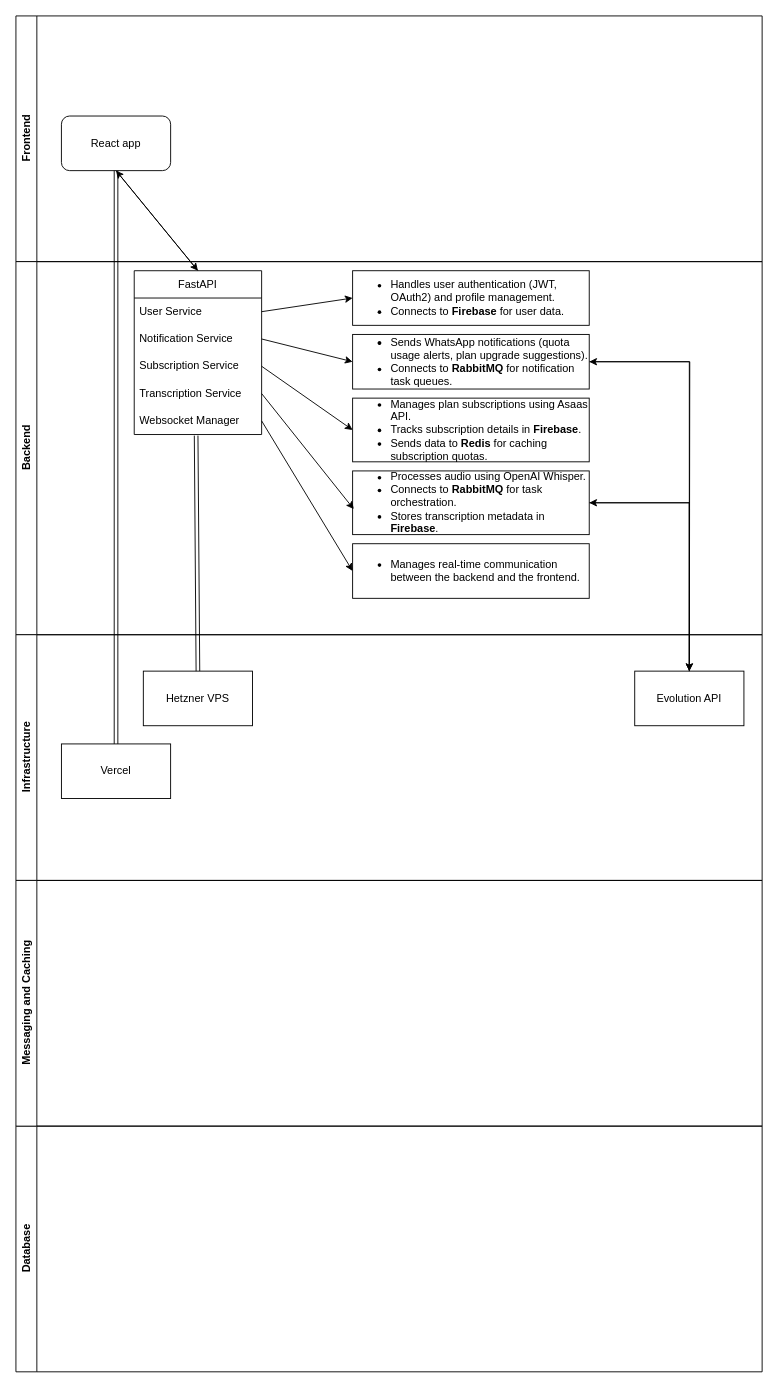
gianverdum/CutTheChaseArchitecture keeps this draw.io diagram as SystemDesign.drawio. Above is the earlier version. Source tidied: cells renumbered, new cells numbered last; positions are measured from the earlier drawing's top-left corner, leaving out a move shared by most shapes. Both pictures are drawn from the tidied source at 91%, with x=0, y=0 at pixel (15, 15).
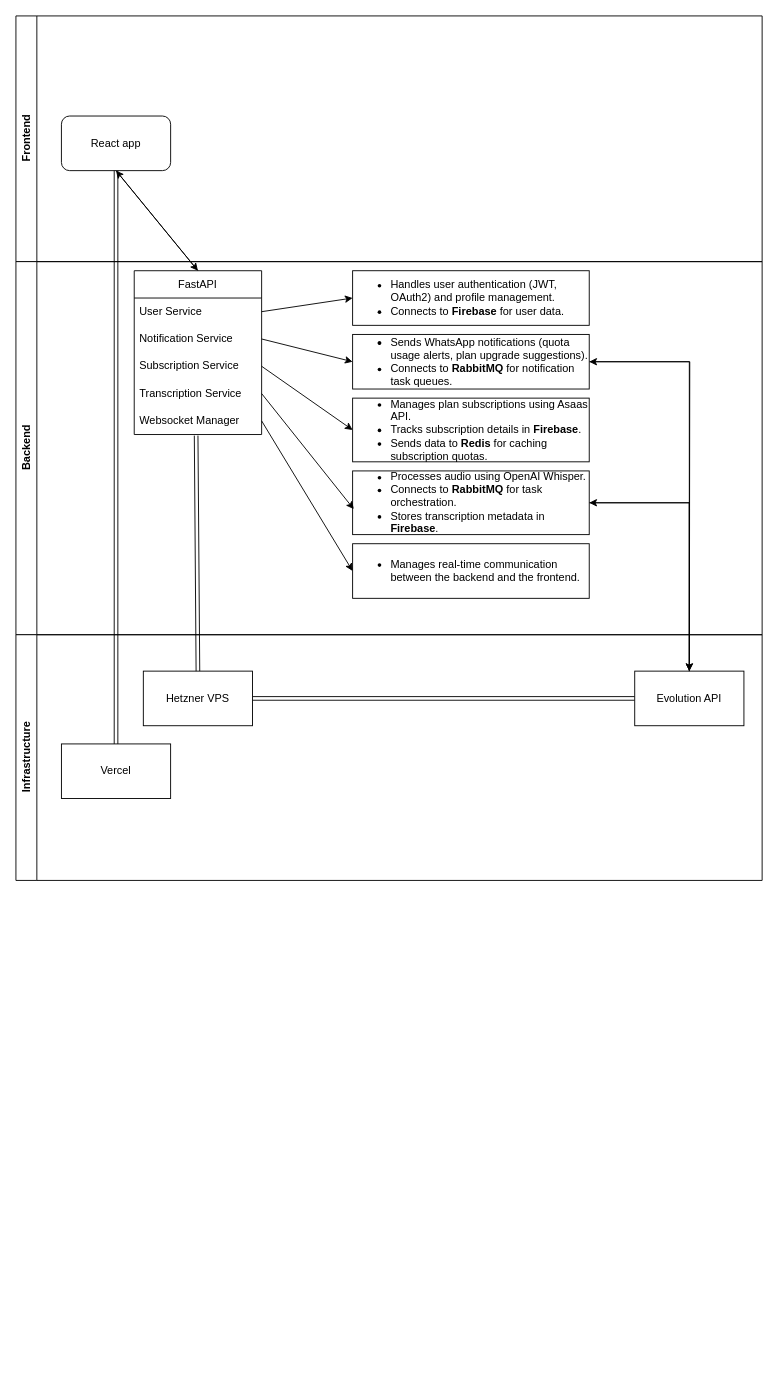
The same page after the edit.

The change refers to these unchanged cells:
```xml
<mxCell id="22" value="Infrastructure" style="swimlane;horizontal=0;whiteSpace=wrap;html=1;" parent="1" vertex="1">
  <mxGeometry y="680" width="820" height="270" as="geometry" />
</mxCell>
<mxCell id="24" value="Hetzner VPS" style="rounded=0;whiteSpace=wrap;html=1;" parent="22" vertex="1">
  <mxGeometry x="140" y="40" width="120" height="60" as="geometry" />
</mxCell>
<mxCell id="26" value="Evolution API" style="rounded=0;whiteSpace=wrap;html=1;" parent="22" vertex="1">
  <mxGeometry x="680" y="40" width="120" height="60" as="geometry" />
</mxCell>
```

Diff of the diagram source:
```diff
@@
+    <mxCell id="36" style="edgeStyle=orthogonalEdgeStyle;rounded=0;jettySize=auto;html=1;exitX=1;exitY=0.5;exitDx=0;exitDy=0;entryX=0;entryY=0.5;entryDx=0;entryDy=0;shape=link;" parent="22" edge="1" source="24" target="26">
+      <mxGeometry relative="1" as="geometry" />
+    </mxCell>
@@
-    <mxCell id="27" value="Database" style="swimlane;horizontal=0;whiteSpace=wrap;html=1;" parent="1" vertex="1">
-      <mxGeometry y="1220" width="820" height="270" as="geometry" />
-    </mxCell>
-    <mxCell id="28" value="Messaging and Caching" style="swimlane;horizontal=0;whiteSpace=wrap;html=1;" parent="1" vertex="1">
-      <mxGeometry y="950" width="820" height="270" as="geometry" />
-    </mxCell>
```
